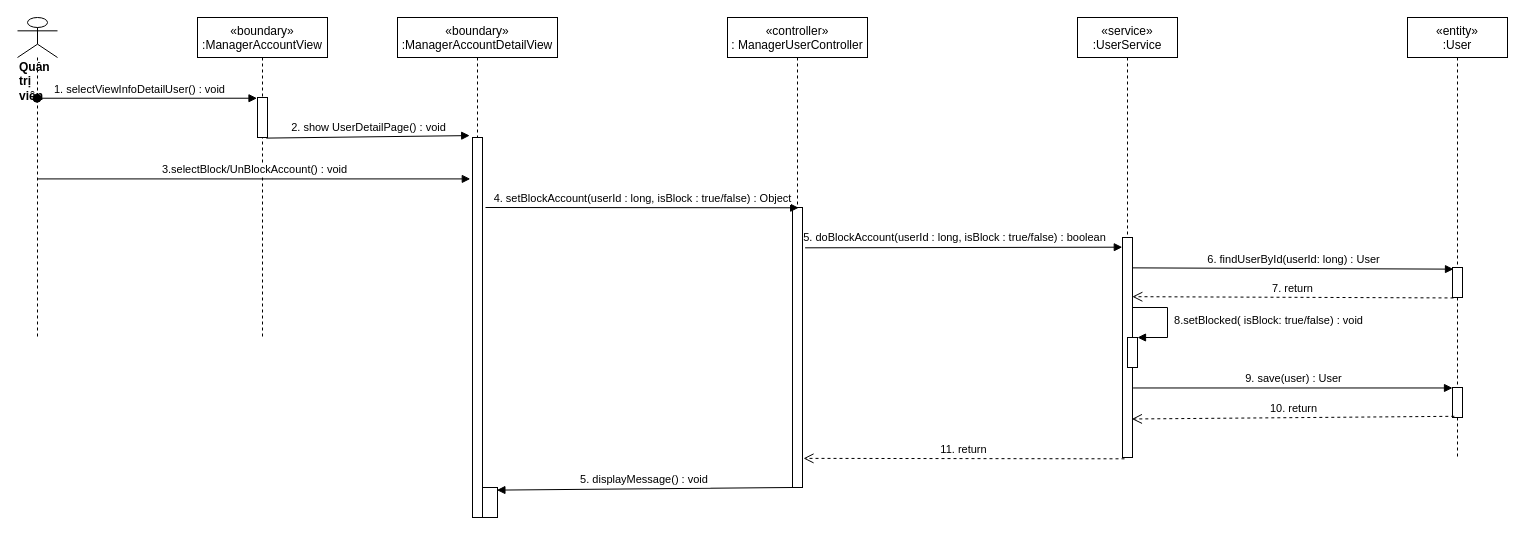
nguyenphamvan/datn_20202 keeps this draw.io diagram as sequence diagram/block-unblock-User.drawio. Above is the earlier version. Source tidied: cells renumbered, new cells numbered last; positions are measured from the earlier drawing's top-left corner, leaving out a move shared by most shapes. Both pictures are drawn from the tidied source at 100%, with x=0, y=0 at pixel (17, 17).
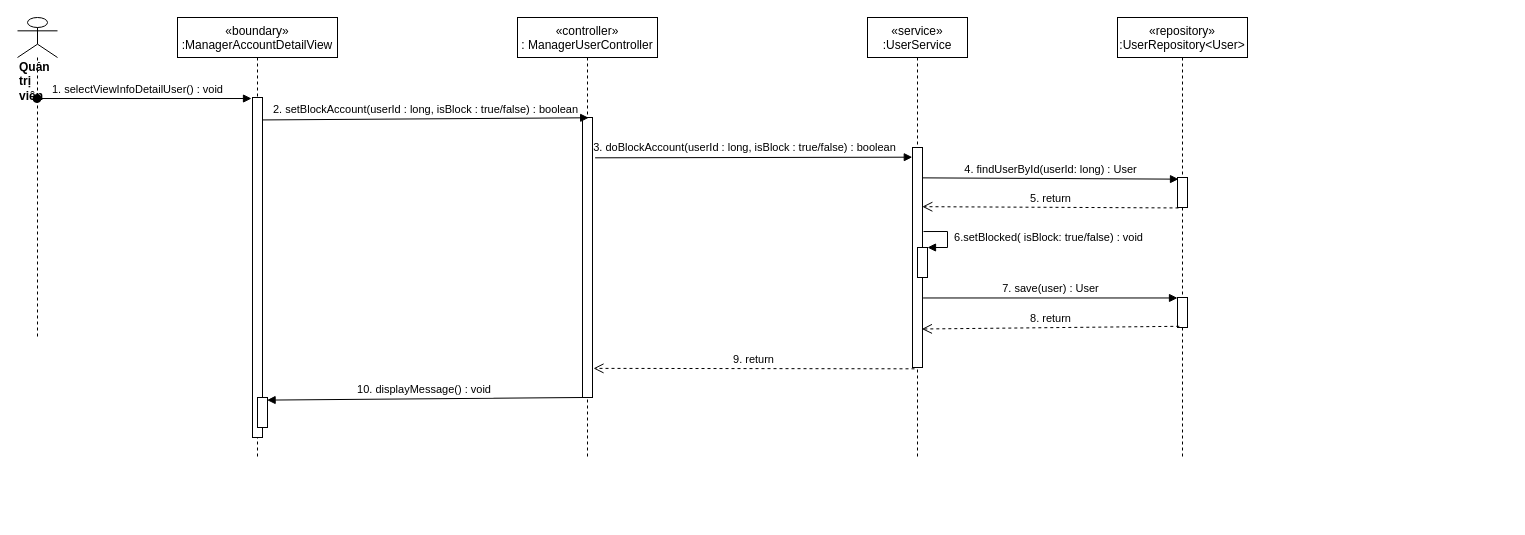
After the change.

Unchanged cells that the change refers to:
```xml
<mxCell id="6" value="&lt;div&gt;&lt;b&gt;Quản trị viên&lt;/b&gt;&lt;/div&gt;" style="shape=umlLifeline;participant=umlActor;perimeter=lifelinePerimeter;whiteSpace=wrap;html=1;verticalAlign=top;spacingTop=36;outlineConnect=0;align=left;size=40;" parent="1" vertex="1">
  <mxGeometry width="40" height="320" as="geometry" />
</mxCell>
<mxCell id="11" style="html=1;verticalAlign=bottom;endArrow=block;exitX=1.26;exitY=0.144;exitDx=0;exitDy=0;exitPerimeter=0;entryX=-0.02;entryY=0.044;entryDx=0;entryDy=0;entryPerimeter=0;" parent="1" edge="1" source="5" target="9">
  <mxGeometry relative="1" as="geometry" />
</mxCell>
```

What changed in the source:
```diff
@@
-    <mxCell id="2" value="«boundary»&#10;:ManagerAccountView" style="shape=umlLifeline;perimeter=lifelinePerimeter;rounded=0;shadow=0;strokeWidth=1;" parent="1" vertex="1">
-      <mxGeometry x="180" width="130" height="320" as="geometry" />
-    </mxCell>
-    <mxCell id="3" style="points=[];perimeter=orthogonalPerimeter;rounded=0;shadow=0;strokeWidth=1;" parent="2" vertex="1">
-      <mxGeometry x="60" y="80" width="10" height="40" as="geometry" />
-    </mxCell>
     <mxCell id="4" value="«controller»&#10;: ManagerUserController" style="shape=umlLifeline;perimeter=lifelinePerimeter;rounded=0;shadow=0;strokeWidth=1;" parent="1" vertex="1">
-      <mxGeometry x="710" width="140" height="470" as="geometry" />
+      <mxGeometry x="500" width="140" height="440" as="geometry" />
     </mxCell>
     <mxCell id="5" style="points=[];perimeter=orthogonalPerimeter;rounded=0;shadow=0;strokeWidth=1;" parent="4" vertex="1">
-      <mxGeometry x="65" y="190" width="10" height="280" as="geometry" />
+      <mxGeometry x="65" y="100" width="10" height="280" as="geometry" />
     </mxCell>
@@
-    <mxCell id="7" value="1. selectViewInfoDetailUser() : void" style="verticalAlign=bottom;startArrow=oval;endArrow=block;startSize=8;shadow=0;strokeWidth=1;entryX=-0.05;entryY=0.018;entryDx=0;entryDy=0;entryPerimeter=0;" parent="1" edge="1" source="6" target="3">
+    <mxCell id="7" value="1. selectViewInfoDetailUser() : void" style="verticalAlign=bottom;startArrow=oval;endArrow=block;startSize=8;shadow=0;strokeWidth=1;entryX=-0.1;entryY=0.003;entryDx=0;entryDy=0;entryPerimeter=0;" parent="1" edge="1" source="6" target="21">
       <mxGeometry x="-0.06" relative="1" as="geometry" />
     </mxCell>
     <mxCell id="8" value="«service»&#10;:UserService" style="shape=umlLifeline;perimeter=lifelinePerimeter;rounded=0;shadow=0;strokeWidth=1;" parent="1" vertex="1">
-      <mxGeometry x="1060" width="100" height="440" as="geometry" />
+      <mxGeometry x="850" width="100" height="440" as="geometry" />
     </mxCell>
     <mxCell id="9" style="points=[];perimeter=orthogonalPerimeter;rounded=0;shadow=0;strokeWidth=1;" parent="8" vertex="1">
-      <mxGeometry x="45" y="220" width="10" height="220" as="geometry" />
+      <mxGeometry x="45" y="130" width="10" height="220" as="geometry" />
     </mxCell>
-    <mxCell id="10" value="4. setBlockAccount(userId : long, isBlock : true/false) : Object" style="html=1;verticalAlign=bottom;endArrow=block;entryX=0.617;entryY=0.001;entryDx=0;entryDy=0;entryPerimeter=0;" parent="1" edge="1" target="5">
-      <mxGeometry relative="1" as="geometry">
-        <mxPoint x="468" y="190" as="sourcePoint" />
-      </mxGeometry>
+    <mxCell id="10" value="2. setBlockAccount(userId : long, isBlock : true/false) : boolean" style="html=1;verticalAlign=bottom;endArrow=block;entryX=0.617;entryY=0.001;entryDx=0;entryDy=0;entryPerimeter=0;exitX=0.9;exitY=0.066;exitDx=0;exitDy=0;exitPerimeter=0;" parent="1" edge="1" source="21" target="5">
+      <mxGeometry relative="1" as="geometry" />
     </mxCell>
@@
-    <mxCell id="12" value="5. doBlockAccount(userId : long, isBlock : true/false) : boolean" style="edgeLabel;html=1;align=center;verticalAlign=middle;" parent="11" vertex="1">
+    <mxCell id="12" value="3. doBlockAccount(userId : long, isBlock : true/false) : boolean" style="edgeLabel;html=1;align=center;verticalAlign=middle;" parent="11" vertex="1">
       <mxGeometry x="-0.08" y="4" relative="1" as="geometry">
         <mxPoint x="3" y="-7" as="offset" />
       </mxGeometry>
     </mxCell>
-    <mxCell id="13" value="11. return" style="html=1;verticalAlign=bottom;endArrow=open;dashed=1;endSize=8;exitX=0.2;exitY=1.006;exitDx=0;exitDy=0;exitPerimeter=0;entryX=1.1;entryY=0.896;entryDx=0;entryDy=0;entryPerimeter=0;" parent="1" edge="1" source="9" target="5">
+    <mxCell id="13" value="9. return" style="html=1;verticalAlign=bottom;endArrow=open;dashed=1;endSize=8;exitX=0.2;exitY=1.006;exitDx=0;exitDy=0;exitPerimeter=0;entryX=1.1;entryY=0.896;entryDx=0;entryDy=0;entryPerimeter=0;" parent="1" edge="1" source="9" target="5">
       <mxGeometry relative="1" as="geometry" />
     </mxCell>
-    <mxCell id="14" value="5. displayMessage() : void" style="verticalAlign=bottom;endArrow=block;shadow=0;strokeWidth=1;entryX=0.96;entryY=0.087;entryDx=0;entryDy=0;entryPerimeter=0;" parent="1" edge="1" source="5" target="22">
+    <mxCell id="14" value="10. displayMessage() : void" style="verticalAlign=bottom;endArrow=block;shadow=0;strokeWidth=1;entryX=0.96;entryY=0.087;entryDx=0;entryDy=0;entryPerimeter=0;" parent="1" edge="1" source="5" target="22">
       <mxGeometry relative="1" as="geometry" />
     </mxCell>
-    <mxCell id="15" value="«entity»&#10;:User" style="shape=umlLifeline;perimeter=lifelinePerimeter;rounded=0;shadow=0;strokeWidth=1;" parent="1" vertex="1">
-      <mxGeometry x="1390" width="100" height="440" as="geometry" />
+    <mxCell id="15" value="«repository»&#10;:UserRepository&lt;User&gt;" style="shape=umlLifeline;perimeter=lifelinePerimeter;rounded=0;shadow=0;strokeWidth=1;" parent="1" vertex="1">
+      <mxGeometry x="1100" width="130" height="440" as="geometry" />
     </mxCell>
     <mxCell id="16" style="points=[];perimeter=orthogonalPerimeter;rounded=0;shadow=0;strokeWidth=1;" parent="15" vertex="1">
-      <mxGeometry x="45" y="250" width="10" height="30" as="geometry" />
+      <mxGeometry x="60" y="160" width="10" height="30" as="geometry" />
     </mxCell>
     <mxCell id="17" style="html=1;points=[];perimeter=orthogonalPerimeter;" parent="15" vertex="1">
-      <mxGeometry x="45" y="370" width="10" height="30" as="geometry" />
+      <mxGeometry x="60" y="280" width="10" height="30" as="geometry" />
     </mxCell>
-    <mxCell id="18" value="6. findUserById(userId: long) : User" style="html=1;verticalAlign=bottom;endArrow=block;entryX=0.1;entryY=0.055;entryDx=0;entryDy=0;entryPerimeter=0;exitX=0.98;exitY=0.138;exitDx=0;exitDy=0;exitPerimeter=0;" parent="1" edge="1" source="9" target="16">
+    <mxCell id="18" value="4. findUserById(userId: long) : User" style="html=1;verticalAlign=bottom;endArrow=block;entryX=0.1;entryY=0.055;entryDx=0;entryDy=0;entryPerimeter=0;exitX=0.98;exitY=0.138;exitDx=0;exitDy=0;exitPerimeter=0;" parent="1" edge="1" source="9" target="16">
       <mxGeometry relative="1" as="geometry" />
     </mxCell>
-    <mxCell id="19" value="7. return" style="html=1;verticalAlign=bottom;endArrow=open;dashed=1;endSize=8;exitX=0.1;exitY=1.015;exitDx=0;exitDy=0;exitPerimeter=0;entryX=0.98;entryY=0.269;entryDx=0;entryDy=0;entryPerimeter=0;" parent="1" edge="1" source="16" target="9">
+    <mxCell id="19" value="5. return" style="html=1;verticalAlign=bottom;endArrow=open;dashed=1;endSize=8;exitX=0.1;exitY=1.015;exitDx=0;exitDy=0;exitPerimeter=0;entryX=0.98;entryY=0.269;entryDx=0;entryDy=0;entryPerimeter=0;" parent="1" edge="1" source="16" target="9">
       <mxGeometry relative="1" as="geometry" />
     </mxCell>
     <mxCell id="20" value="«boundary»&#10;:ManagerAccountDetailView" style="shape=umlLifeline;perimeter=lifelinePerimeter;rounded=0;shadow=0;strokeWidth=1;" parent="1" vertex="1">
-      <mxGeometry x="380" width="160" height="500" as="geometry" />
+      <mxGeometry x="160" width="160" height="440" as="geometry" />
     </mxCell>
     <mxCell id="21" style="points=[];perimeter=orthogonalPerimeter;rounded=0;shadow=0;strokeWidth=1;" parent="20" vertex="1">
-      <mxGeometry x="75" y="120" width="10" height="380" as="geometry" />
+      <mxGeometry x="75" y="80" width="10" height="340" as="geometry" />
     </mxCell>
     <mxCell id="22" style="html=1;points=[];perimeter=orthogonalPerimeter;" parent="20" vertex="1">
-      <mxGeometry x="85" y="470" width="15" height="30" as="geometry" />
+      <mxGeometry x="80" y="380" width="10" height="30" as="geometry" />
     </mxCell>
-    <mxCell id="23" value="2. show UserDetailPage() : void" style="html=1;verticalAlign=bottom;endArrow=block;exitX=0.88;exitY=1.015;exitDx=0;exitDy=0;exitPerimeter=0;entryX=-0.28;entryY=-0.005;entryDx=0;entryDy=0;entryPerimeter=0;" parent="1" edge="1" source="3" target="21">
-      <mxGeometry relative="1" as="geometry" />
-    </mxCell>
-    <mxCell id="24" value="3.selectBlock/UnBlockAccount() : void" style="html=1;verticalAlign=bottom;endArrow=block;entryX=-0.22;entryY=0.109;entryDx=0;entryDy=0;entryPerimeter=0;" parent="1" edge="1" source="6" target="21">
-      <mxGeometry relative="1" as="geometry" />
-    </mxCell>
-    <mxCell id="25" value="9. save(user) : User" style="html=1;verticalAlign=bottom;endArrow=block;exitX=1.06;exitY=0.684;exitDx=0;exitDy=0;exitPerimeter=0;" parent="1" edge="1" source="9" target="17">
+    <mxCell id="25" value="7. save(user) : User" style="html=1;verticalAlign=bottom;endArrow=block;exitX=1.06;exitY=0.684;exitDx=0;exitDy=0;exitPerimeter=0;" parent="1" edge="1" source="9" target="17">
       <mxGeometry relative="1" as="geometry" />
     </mxCell>
-    <mxCell id="26" value="10. return" style="html=1;verticalAlign=bottom;endArrow=open;dashed=1;endSize=8;exitX=0.18;exitY=0.96;exitDx=0;exitDy=0;exitPerimeter=0;entryX=0.94;entryY=0.825;entryDx=0;entryDy=0;entryPerimeter=0;" parent="1" edge="1" source="17" target="9">
+    <mxCell id="26" value="8. return" style="html=1;verticalAlign=bottom;endArrow=open;dashed=1;endSize=8;exitX=0.18;exitY=0.96;exitDx=0;exitDy=0;exitPerimeter=0;entryX=0.94;entryY=0.825;entryDx=0;entryDy=0;entryPerimeter=0;" parent="1" edge="1" source="17" target="9">
       <mxGeometry relative="1" as="geometry" />
     </mxCell>
     <mxCell id="27" style="html=1;points=[];perimeter=orthogonalPerimeter;" parent="1" vertex="1">
-      <mxGeometry x="1110" y="320" width="10" height="30" as="geometry" />
+      <mxGeometry x="900" y="230" width="10" height="30" as="geometry" />
     </mxCell>
-    <mxCell id="28" value="&amp;nbsp;8.setBlocked( isBlock: true/false) : void" style="edgeStyle=orthogonalEdgeStyle;html=1;align=left;spacingLeft=2;endArrow=block;rounded=0;entryX=1;entryY=0;" parent="1" edge="1" target="27">
+    <mxCell id="28" value="&amp;nbsp;6.setBlocked( isBlock: true/false) : void" style="edgeStyle=orthogonalEdgeStyle;html=1;align=left;spacingLeft=2;endArrow=block;rounded=0;entryX=1;entryY=0;exitX=1.1;exitY=0.382;exitDx=0;exitDy=0;exitPerimeter=0;" parent="1" edge="1" source="9" target="27">
       <mxGeometry relative="1" as="geometry">
-        <mxPoint x="1115" y="290" as="sourcePoint" />
         <Array as="points">
-          <mxPoint x="1150" y="290" />
-          <mxPoint x="1150" y="320" />
+          <mxPoint x="930" y="214" />
+          <mxPoint x="930" y="230" />
         </Array>
       </mxGeometry>
     </mxCell>
```
